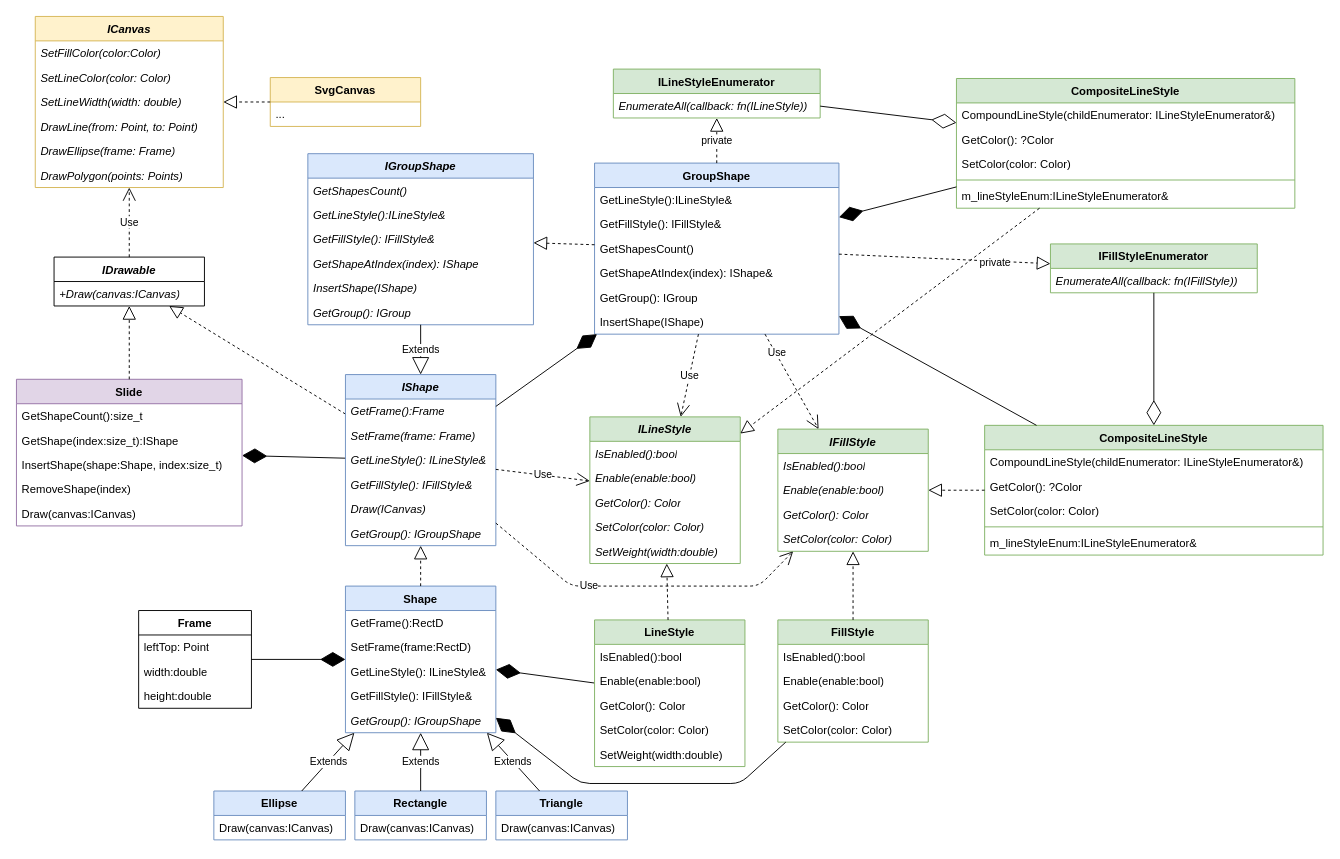
Earlier version of the draw.io diagram lab7/drawio/slides.drawio (KRASILNIKOV30/ood). Source tidied: cells renumbered, new cells numbered last; positions are measured from the earlier drawing's top-left corner, leaving out a move shared by most shapes. Both pictures are drawn from the tidied source at 94%, with x=0, y=0 at pixel (16, 16).
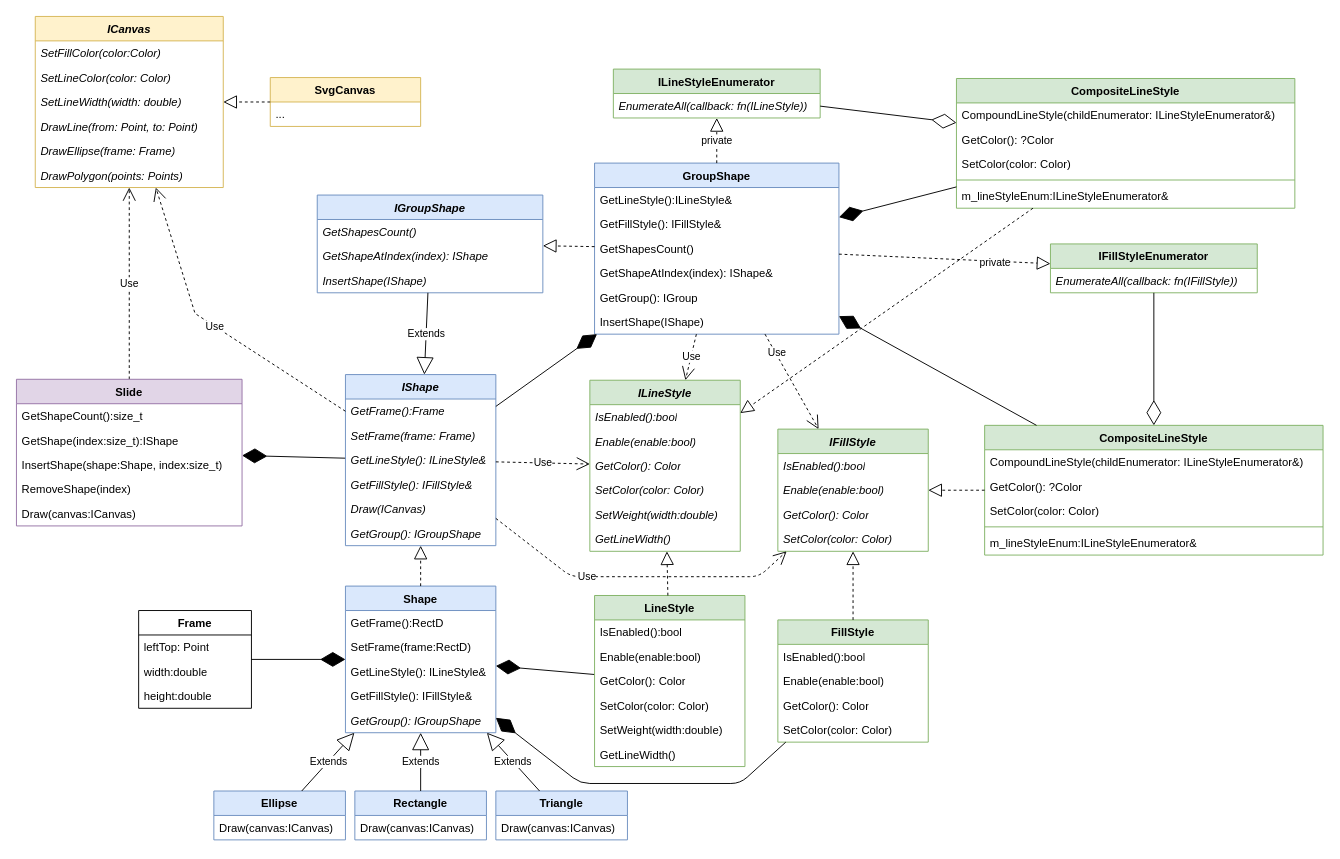
Above is the later version.

The change refers to these unchanged cells:
```xml
<mxCell id="11" value="&lt;i&gt;ICanvas&lt;/i&gt;" style="swimlane;fontStyle=1;align=center;verticalAlign=top;horizontal=1;startSize=26;whiteSpace=wrap;html=1;fillColor=#fff2cc;strokeColor=#d6b656;" parent="1" vertex="1">
  <mxGeometry x="20" width="200" height="182" as="geometry" />
</mxCell>
<mxCell id="41" value="Slide" style="swimlane;fontStyle=1;align=center;verticalAlign=top;horizontal=1;startSize=26;whiteSpace=wrap;html=1;fillColor=#e1d5e7;strokeColor=#9673a6;" parent="1" vertex="1">
  <mxGeometry y="386" width="240" height="156" as="geometry" />
</mxCell>
<mxCell id="57" value="&lt;i&gt;IShape&lt;/i&gt;" style="swimlane;fontStyle=1;align=center;verticalAlign=top;horizontal=1;startSize=26;whiteSpace=wrap;html=1;fillColor=#dae8fc;strokeColor=#6c8ebf;" parent="1" vertex="1">
  <mxGeometry x="350" y="381" width="160" height="182" as="geometry" />
</mxCell>
<mxCell id="102" value="IFillStyle" style="swimlane;fontStyle=3;align=center;verticalAlign=top;horizontal=1;startSize=26;whiteSpace=wrap;html=1;fillColor=#d5e8d4;strokeColor=#82b366;" parent="1" vertex="1">
  <mxGeometry x="810" y="439" width="160" height="130" as="geometry" />
</mxCell>
```

What changed in the source:
```diff
@@
-    <mxCell id="8" value="&lt;i&gt;IDrawable&lt;/i&gt;" style="swimlane;fontStyle=1;align=center;verticalAlign=top;horizontal=1;startSize=26;whiteSpace=wrap;html=1;" parent="1" vertex="1">
-      <mxGeometry x="40" y="256" width="160" height="52" as="geometry" />
-    </mxCell>
-    <mxCell id="9" value="&lt;i&gt;+Draw(canvas:ICanvas)&lt;/i&gt;" style="text;strokeColor=none;fillColor=none;align=left;verticalAlign=top;spacingLeft=4;spacingRight=4;overflow=hidden;whiteSpace=wrap;html=1;" parent="8" vertex="1">
-      <mxGeometry y="26" width="160" height="26" as="geometry" />
-    </mxCell>
-    <mxCell id="10" style="endArrow=block;dashed=1;endFill=0;endSize=12;html=1;rounded=0;" parent="1" edge="1" source="57" target="8">
-      <mxGeometry relative="1" as="geometry" />
-    </mxCell>
@@
-    <mxCell id="18" value="Use" style="endArrow=open;endSize=12;dashed=1;html=1;rounded=0;" parent="1" edge="1" source="8" target="11">
+    <mxCell id="18" value="Use" style="endArrow=open;endSize=12;dashed=1;html=1;rounded=0;" parent="1" edge="1" source="41" target="11">
       <mxGeometry relative="1" as="geometry" />
     </mxCell>
@@
     <mxCell id="28" value="ILineStyle" style="swimlane;fontStyle=3;align=center;verticalAlign=top;horizontal=1;startSize=26;whiteSpace=wrap;html=1;fillColor=#d5e8d4;strokeColor=#82b366;" parent="1" vertex="1">
-      <mxGeometry x="610" y="426" width="160" height="156" as="geometry" />
+      <mxGeometry x="610" y="387" width="160" height="182" as="geometry" />
     </mxCell>
@@
+    <mxCell id="123" value="GetLineWidth()" style="text;strokeColor=none;fillColor=none;align=left;verticalAlign=top;spacingLeft=4;spacingRight=4;overflow=hidden;whiteSpace=wrap;html=1;fontStyle=2;" parent="28" vertex="1">
+      <mxGeometry y="156" width="160" height="26" as="geometry" />
+    </mxCell>
@@
-    <mxCell id="47" style="endArrow=block;dashed=1;endFill=0;endSize=12;html=1;rounded=0;" parent="1" edge="1" source="41" target="8">
-      <mxGeometry relative="1" as="geometry" />
-    </mxCell>
@@
     <mxCell id="83" value="IGroupShape" style="swimlane;fontStyle=3;align=center;verticalAlign=top;horizontal=1;startSize=26;fillColor=#dae8fc;strokeColor=#6c8ebf;" parent="1" vertex="1">
-      <mxGeometry x="310" y="146" width="240" height="182" as="geometry" />
+      <mxGeometry x="320" y="190" width="240" height="104" as="geometry" />
     </mxCell>
@@
-    <mxCell id="85" value="GetLineStyle():ILineStyle&amp;" style="text;strokeColor=none;fillColor=none;align=left;verticalAlign=top;spacingLeft=4;spacingRight=4;overflow=hidden;fontStyle=2;" parent="83" vertex="1">
-      <mxGeometry y="52" width="240" height="26" as="geometry" />
-    </mxCell>
-    <mxCell id="86" value="GetFillStyle(): IFillStyle&amp;" style="text;strokeColor=none;fillColor=none;align=left;verticalAlign=top;spacingLeft=4;spacingRight=4;overflow=hidden;fontStyle=2;" parent="83" vertex="1">
-      <mxGeometry y="78" width="240" height="26" as="geometry" />
-    </mxCell>
     <mxCell id="87" value="GetShapeAtIndex(index): IShape" style="text;strokeColor=none;fillColor=none;align=left;verticalAlign=top;spacingLeft=4;spacingRight=4;overflow=hidden;fontStyle=2;" parent="83" vertex="1">
-      <mxGeometry y="104" width="240" height="26" as="geometry" />
+      <mxGeometry y="52" width="240" height="26" as="geometry" />
     </mxCell>
     <mxCell id="88" value="InsertShape(IShape)" style="text;strokeColor=none;fillColor=none;align=left;verticalAlign=top;spacingLeft=4;spacingRight=4;overflow=hidden;fontStyle=2;" parent="83" vertex="1">
-      <mxGeometry y="130" width="240" height="26" as="geometry" />
+      <mxGeometry y="78" width="240" height="26" as="geometry" />
     </mxCell>
-    <mxCell id="89" value="GetGroup(): IGroup" style="text;strokeColor=none;fillColor=none;align=left;verticalAlign=top;spacingLeft=4;spacingRight=4;overflow=hidden;fontStyle=2;" parent="83" vertex="1">
-      <mxGeometry y="156" width="240" height="26" as="geometry" />
-    </mxCell>
@@
     <mxCell id="95" value="LineStyle" style="swimlane;fontStyle=1;align=center;verticalAlign=top;horizontal=1;startSize=26;whiteSpace=wrap;html=1;fillColor=#d5e8d4;strokeColor=#82b366;" parent="1" vertex="1">
-      <mxGeometry x="615" y="642" width="160" height="156" as="geometry" />
+      <mxGeometry x="615" y="616" width="160" height="182" as="geometry" />
     </mxCell>
@@
+    <mxCell id="124" value="GetLineWidth()" style="text;strokeColor=none;fillColor=none;align=left;verticalAlign=top;spacingLeft=4;spacingRight=4;overflow=hidden;whiteSpace=wrap;html=1;fontStyle=0;" parent="95" vertex="1">
+      <mxGeometry y="156" width="160" height="26" as="geometry" />
+    </mxCell>
@@
     <mxCell id="121" value="Use" style="endArrow=open;endSize=12;dashed=1;html=1;rounded=1;curved=0;" parent="1" edge="1" source="57" target="102">
       <mxGeometry x="-0.31" relative="1" as="geometry">
         <Array as="points">
-          <mxPoint x="590" y="606" />
-          <mxPoint x="790" y="606" />
+          <mxPoint x="590" y="596" />
+          <mxPoint x="790" y="596" />
         </Array>
       </mxGeometry>
     </mxCell>
@@
+    <mxCell id="125" value="Use" style="endArrow=open;endSize=12;dashed=1;html=1;rounded=0;" parent="1" edge="1" source="57" target="11">
+      <mxGeometry relative="1" as="geometry">
+        <Array as="points">
+          <mxPoint x="190" y="316" />
+        </Array>
+      </mxGeometry>
+    </mxCell>
```
